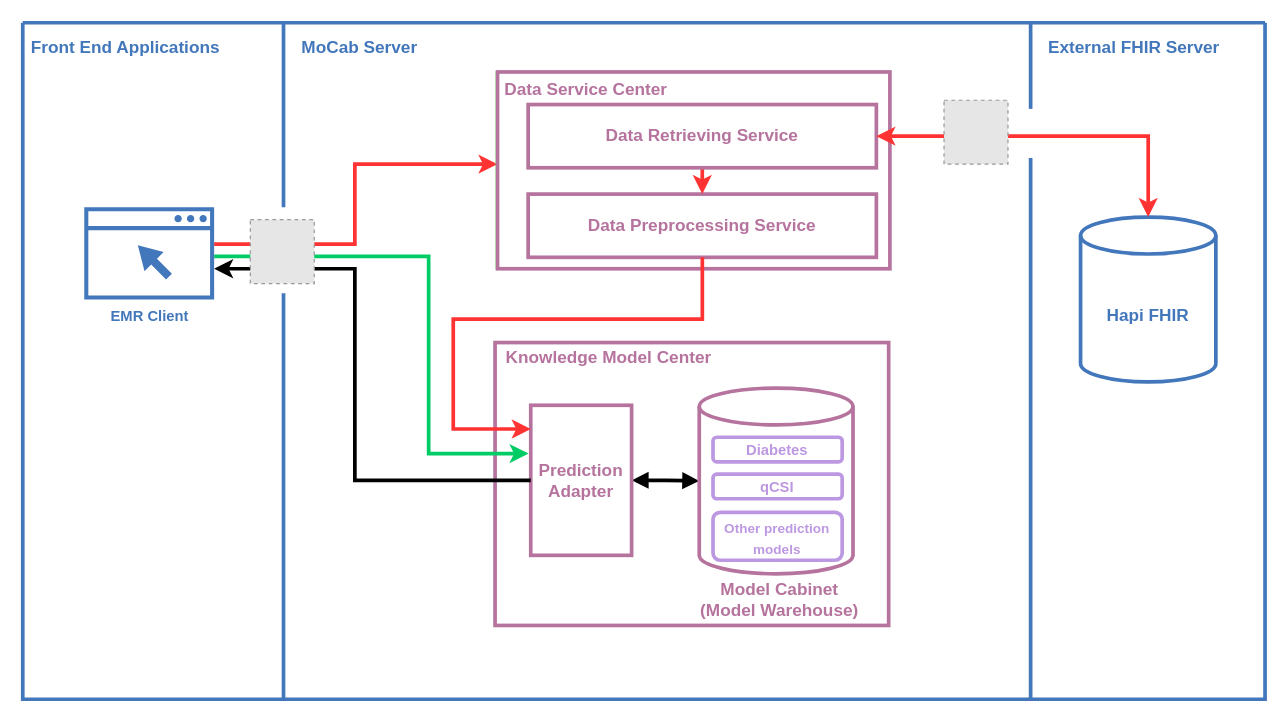
Above: Document/Mocab Architecture_simplify_structure_1.drawio in billkuojhgf/Model-on-fhir (draw.io), before the change. Source tidied: cells renumbered, new cells numbered last; positions are measured from the earlier drawing's top-left corner, leaving out a move shared by most shapes. Both pictures are drawn from the tidied source at 123%, with x=0, y=0 at pixel (22, 22). Pictures stored in the file or linked from it are replaced by grey dashed boxes.
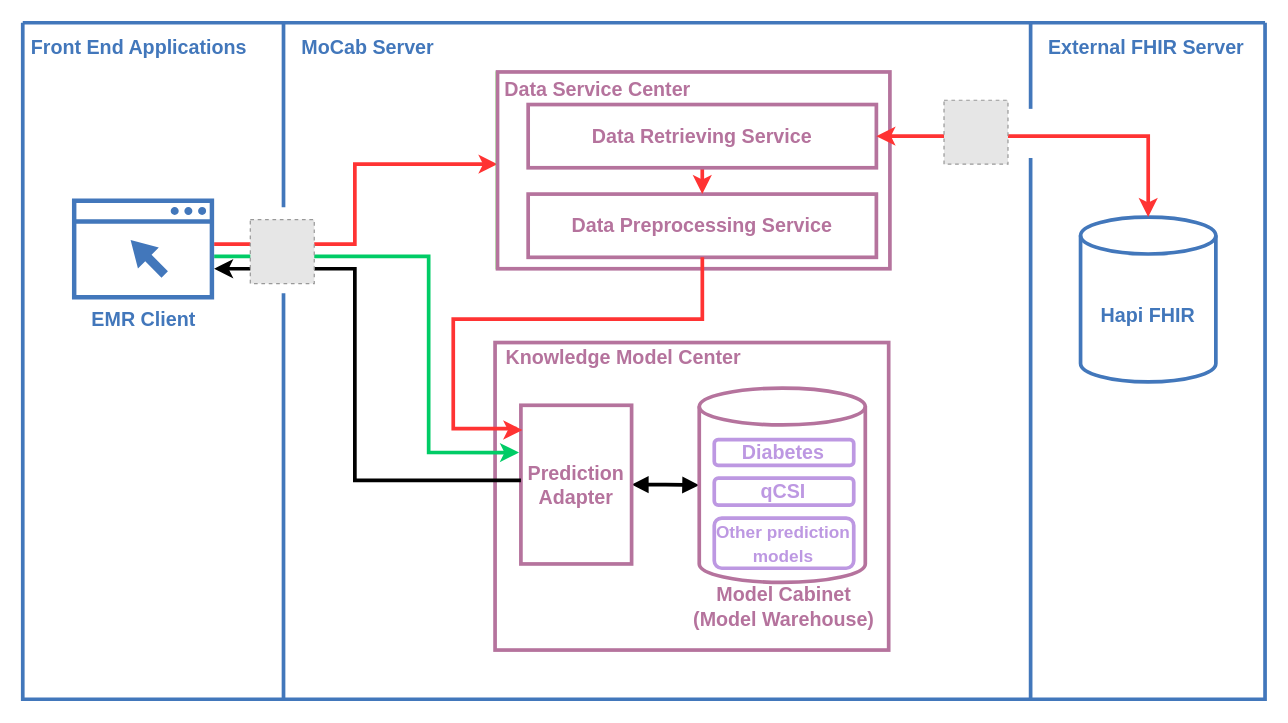
Above is the later version.

Commit message:
Font size zoom to 16

Diff of the diagram source:
```diff
@@
-    <mxCell id="2" style="swimlane;shadow=0;strokeColor=#4277BB;fillColor=#ffffff;fontColor=none;align=right;startSize=0;noLabel=1;strokeWidth=3;" parent="1" vertex="1">
+    <mxCell id="2" style="swimlane;shadow=0;strokeColor=#4277BB;fillColor=#ffffff;fontColor=none;align=right;startSize=0;noLabel=1;strokeWidth=3;fontSize=16;" parent="1" vertex="1">
       <mxGeometry width="1010" height="550" as="geometry" />
     </mxCell>
-    <mxCell id="3" style="rounded=0;whiteSpace=wrap;html=1;fontColor=#FF9933;strokeColor=#B5739D;strokeWidth=3;fillColor=none;" parent="2" vertex="1">
-      <mxGeometry x="384" y="260" width="320" height="230" as="geometry" />
+    <mxCell id="3" style="rounded=0;whiteSpace=wrap;html=1;fontColor=#FF9933;strokeColor=#B5739D;strokeWidth=3;fillColor=none;fontSize=16;" parent="2" vertex="1">
+      <mxGeometry x="384" y="260" width="320" height="250" as="geometry" />
     </mxCell>
-    <mxCell id="4" value="Front End Applications" style="text;html=1;align=left;verticalAlign=middle;fontColor=#4277BB;shadow=0;dashed=0;strokeColor=none;fillColor=none;labelBackgroundColor=none;fontStyle=1;fontSize=14;spacingLeft=5;" parent="2" vertex="1">
+    <mxCell id="4" value="&lt;font style=&quot;font-size: 16px;&quot;&gt;Front End Applications&lt;/font&gt;" style="text;html=1;align=left;verticalAlign=middle;fontColor=#4277BB;shadow=0;dashed=0;strokeColor=none;fillColor=none;labelBackgroundColor=none;fontStyle=1;fontSize=16;spacingLeft=5;" parent="2" vertex="1">
       <mxGeometry y="10" width="180" height="20" as="geometry" />
     </mxCell>
-    <mxCell id="5" style="line;strokeWidth=3;direction=south;html=1;shadow=0;labelBackgroundColor=none;fillColor=none;gradientColor=none;fontSize=12;fontColor=#4277BB;align=right;strokeColor=#4277BB;" parent="2" vertex="1">
+    <mxCell id="5" style="line;strokeWidth=3;direction=south;html=1;shadow=0;labelBackgroundColor=none;fillColor=none;gradientColor=none;fontSize=16;fontColor=#4277BB;align=right;strokeColor=#4277BB;" parent="2" vertex="1">
       <mxGeometry x="207" width="10" height="150" as="geometry" />
     </mxCell>
-    <mxCell id="6" style="line;strokeWidth=3;direction=south;html=1;shadow=0;labelBackgroundColor=none;fillColor=none;gradientColor=none;fontSize=12;fontColor=#4277BB;align=right;strokeColor=#4277BB;" parent="2" vertex="1">
+    <mxCell id="6" style="line;strokeWidth=3;direction=south;html=1;shadow=0;labelBackgroundColor=none;fillColor=none;gradientColor=none;fontSize=16;fontColor=#4277BB;align=right;strokeColor=#4277BB;" parent="2" vertex="1">
       <mxGeometry x="814.4" width="10" height="70" as="geometry" />
     </mxCell>
-    <mxCell id="7" value="MoCab Server" style="text;html=1;align=left;verticalAlign=middle;fontColor=#4277BB;shadow=0;dashed=0;strokeColor=none;fillColor=none;labelBackgroundColor=none;fontStyle=1;fontSize=14;spacingLeft=5;" parent="2" vertex="1">
+    <mxCell id="7" value="&lt;font style=&quot;font-size: 16px;&quot;&gt;MoCab Server&lt;/font&gt;" style="text;html=1;align=left;verticalAlign=middle;fontColor=#4277BB;shadow=0;dashed=0;strokeColor=none;fillColor=none;labelBackgroundColor=none;fontStyle=1;fontSize=16;spacingLeft=5;" parent="2" vertex="1">
       <mxGeometry x="220" y="10" width="150" height="20" as="geometry" />
     </mxCell>
-    <mxCell id="8" value="External FHIR Server" style="text;html=1;align=left;verticalAlign=middle;fontColor=#4277BB;shadow=0;dashed=0;strokeColor=none;fillColor=none;labelBackgroundColor=none;fontStyle=1;fontSize=14;spacingLeft=5;" parent="2" vertex="1">
+    <mxCell id="8" value="&lt;font style=&quot;font-size: 16px;&quot;&gt;External FHIR Server&lt;/font&gt;" style="text;html=1;align=left;verticalAlign=middle;fontColor=#4277BB;shadow=0;dashed=0;strokeColor=none;fillColor=none;labelBackgroundColor=none;fontStyle=1;fontSize=16;spacingLeft=5;" parent="2" vertex="1">
       <mxGeometry x="827.4" y="10" width="150" height="20" as="geometry" />
     </mxCell>
-    <mxCell id="9" style="edgeStyle=orthogonalEdgeStyle;rounded=0;jettySize=auto;html=1;strokeWidth=3;strokeColor=#FF3333;" parent="2" edge="1" source="11" target="24">
+    <mxCell id="9" style="edgeStyle=orthogonalEdgeStyle;rounded=0;jettySize=auto;html=1;strokeWidth=3;strokeColor=#FF3333;fontSize=16;" parent="2" edge="1" source="11" target="24">
       <mxGeometry relative="1" as="geometry">
         <Array as="points">
           <mxPoint x="270" y="180" />
           <mxPoint x="270" y="115" />
         </Array>
       </mxGeometry>
     </mxCell>
-    <mxCell id="10" style="edgeStyle=orthogonalEdgeStyle;rounded=0;jettySize=auto;html=1;strokeColor=#00CC66;strokeWidth=3;entryX=-0.021;entryY=0.322;entryDx=0;entryDy=0;entryPerimeter=0;" parent="2" edge="1" source="11" target="21">
+    <mxCell id="10" style="edgeStyle=orthogonalEdgeStyle;rounded=0;jettySize=auto;html=1;strokeColor=#00CC66;strokeWidth=3;fontSize=16;entryX=-0.017;entryY=0.298;entryDx=0;entryDy=0;entryPerimeter=0;" parent="2" edge="1" source="11" target="21">
       <mxGeometry relative="1" as="geometry">
         <Array as="points">
           <mxPoint x="330" y="190" />
-          <mxPoint x="330" y="350" />
+          <mxPoint x="330" y="349" />
         </Array>
       </mxGeometry>
     </mxCell>
-    <mxCell id="11" value="&lt;b&gt;&lt;font color=&quot;#4277bb&quot;&gt;EMR Client&lt;/font&gt;&lt;/b&gt;" style="sketch=0;shadow=0;dashed=0;html=1;strokeColor=none;fillColor=#4277bb;labelPosition=center;verticalLabelPosition=bottom;verticalAlign=top;align=center;outlineConnect=0;shape=mxgraph.vvd.web_browser;" parent="2" vertex="1">
-      <mxGeometry x="50" y="150" width="105.6" height="75" as="geometry" />
+    <mxCell id="11" value="&lt;b style=&quot;font-size: 16px;&quot;&gt;&lt;font style=&quot;font-size: 16px;&quot; color=&quot;#4277bb&quot;&gt;EMR Client&lt;/font&gt;&lt;/b&gt;" style="sketch=0;shadow=0;dashed=0;html=1;strokeColor=none;fillColor=#4277bb;labelPosition=center;verticalLabelPosition=bottom;verticalAlign=top;align=center;outlineConnect=0;shape=mxgraph.vvd.web_browser;fontSize=16;" parent="2" vertex="1">
+      <mxGeometry x="40" y="142.9" width="115.6" height="82.1" as="geometry" />
     </mxCell>
-    <mxCell id="12" value="&lt;b&gt;&lt;font color=&quot;#4277bb&quot; style=&quot;font-size: 14px;&quot;&gt;Hapi FHIR&lt;/font&gt;&lt;/b&gt;" style="shape=cylinder3;whiteSpace=wrap;html=1;boundedLbl=1;backgroundOutline=1;size=15;fontColor=#FF9933;strokeColor=#4277BB;strokeWidth=3;fillColor=none;" parent="2" vertex="1">
+    <mxCell id="12" value="&lt;b style=&quot;font-size: 16px;&quot;&gt;&lt;font color=&quot;#4277bb&quot; style=&quot;font-size: 16px;&quot;&gt;Hapi FHIR&lt;/font&gt;&lt;/b&gt;" style="shape=cylinder3;whiteSpace=wrap;html=1;boundedLbl=1;backgroundOutline=1;size=15;fontColor=#FF9933;strokeColor=#4277BB;strokeWidth=3;fillColor=none;fontSize=16;" parent="2" vertex="1">
       <mxGeometry x="860" y="158" width="110" height="134" as="geometry" />
     </mxCell>
-    <mxCell id="13" style="group;" parent="2" vertex="1">
+    <mxCell id="13" style="group;fontSize=16;" parent="2" vertex="1">
       <mxGeometry x="385" y="300" width="320" height="190" as="geometry" />
     </mxCell>
-    <mxCell id="14" style="edgeStyle=orthogonalEdgeStyle;rounded=0;jettySize=auto;html=1;entryX=0;entryY=0.5;entryDx=0;entryDy=0;entryPerimeter=0;fontSize=13;fontColor=#000000;startArrow=block;startFill=1;strokeWidth=3;endArrow=block;endFill=1;" parent="13" edge="1" source="21" target="17">
+    <mxCell id="14" style="edgeStyle=orthogonalEdgeStyle;rounded=0;jettySize=auto;html=1;entryX=0;entryY=0.5;entryDx=0;entryDy=0;entryPerimeter=0;fontSize=16;fontColor=#000000;startArrow=block;startFill=1;strokeWidth=3;endArrow=block;endFill=1;" parent="13" edge="1" source="21" target="17">
       <mxGeometry relative="1" as="geometry" />
     </mxCell>
-    <mxCell id="15" value="&lt;b&gt;&lt;font style=&quot;font-size: 14px;&quot;&gt;&lt;font color=&quot;#b5739d&quot;&gt;Model Cabinet&lt;br&gt;(Model Warehouse)&lt;/font&gt;&lt;br&gt;&lt;/font&gt;&lt;/b&gt;" style="text;html=1;strokeColor=none;fillColor=none;align=center;verticalAlign=middle;whiteSpace=wrap;rounded=0;fontSize=11;fontColor=#FF6666;" parent="13" vertex="1">
-      <mxGeometry x="158" y="154" width="145" height="30" as="geometry" />
+    <mxCell id="15" value="&lt;b style=&quot;font-size: 16px;&quot;&gt;&lt;font style=&quot;font-size: 16px;&quot;&gt;&lt;font color=&quot;#b5739d&quot; style=&quot;font-size: 16px;&quot;&gt;Model Cabinet&lt;br style=&quot;font-size: 16px;&quot;&gt;(Model Warehouse)&lt;/font&gt;&lt;br style=&quot;font-size: 16px;&quot;&gt;&lt;/font&gt;&lt;/b&gt;" style="text;html=1;strokeColor=none;fillColor=none;align=center;verticalAlign=middle;whiteSpace=wrap;rounded=0;fontSize=16;fontColor=#FF6666;" parent="13" vertex="1">
+      <mxGeometry x="158" y="160" width="152" height="30" as="geometry" />
     </mxCell>
-    <mxCell id="16" style="group;" parent="13" vertex="1">
-      <mxGeometry x="165" y="-3" width="125" height="151" as="geometry" />
+    <mxCell id="16" style="group;fontSize=16;" parent="13" vertex="1">
+      <mxGeometry x="165" y="-3" width="135" height="158" as="geometry" />
     </mxCell>
-    <mxCell id="17" style="shape=cylinder3;whiteSpace=wrap;html=1;boundedLbl=1;backgroundOutline=1;size=15;fontColor=#FF9933;strokeColor=#B5739D;strokeWidth=3;fillColor=none;" parent="16" vertex="1">
-      <mxGeometry width="125" height="151" as="geometry" />
+    <mxCell id="17" style="shape=cylinder3;whiteSpace=wrap;html=1;boundedLbl=1;backgroundOutline=1;size=15;fontColor=#FF9933;strokeColor=#B5739D;strokeWidth=3;fillColor=none;fontSize=16;" parent="16" vertex="1">
+      <mxGeometry width="135" height="158" as="geometry" />
     </mxCell>
-    <mxCell id="18" value="&lt;b&gt;&lt;font color=&quot;#bd98e2&quot; style=&quot;font-size: 12px;&quot;&gt;Diabetes&lt;/font&gt;&lt;/b&gt;" style="rounded=1;whiteSpace=wrap;html=1;fontSize=14;fontColor=#FF9933;strokeColor=#BD98E2;strokeWidth=3;fillColor=none;" parent="16" vertex="1">
-      <mxGeometry x="11.2" y="40" width="105" height="20" as="geometry" />
+    <mxCell id="18" value="&lt;b style=&quot;font-size: 16px;&quot;&gt;&lt;font color=&quot;#bd98e2&quot; style=&quot;font-size: 16px;&quot;&gt;Diabetes&lt;/font&gt;&lt;/b&gt;" style="rounded=1;whiteSpace=wrap;html=1;fontSize=16;fontColor=#FF9933;strokeColor=#BD98E2;strokeWidth=3;fillColor=none;" parent="16" vertex="1">
+      <mxGeometry x="12.2" y="41.9" width="113.4" height="21" as="geometry" />
     </mxCell>
-    <mxCell id="19" value="&lt;b&gt;&lt;font color=&quot;#bd98e2&quot; style=&quot;font-size: 12px;&quot;&gt;qCSI&lt;/font&gt;&lt;/b&gt;" style="rounded=1;whiteSpace=wrap;html=1;fontSize=14;fontColor=#FF9933;strokeColor=#BD98E2;strokeWidth=3;fillColor=none;" parent="16" vertex="1">
-      <mxGeometry x="11.2" y="70" width="105" height="20" as="geometry" />
+    <mxCell id="19" value="&lt;b style=&quot;font-size: 16px;&quot;&gt;&lt;font color=&quot;#bd98e2&quot; style=&quot;font-size: 16px;&quot;&gt;qCSI&lt;/font&gt;&lt;/b&gt;" style="rounded=1;whiteSpace=wrap;html=1;fontSize=16;fontColor=#FF9933;strokeColor=#BD98E2;strokeWidth=3;fillColor=none;" parent="16" vertex="1">
+      <mxGeometry x="12.2" y="73.2" width="113.4" height="22" as="geometry" />
     </mxCell>
-    <mxCell id="20" value="&lt;font color=&quot;#bd98e2&quot; style=&quot;font-size: 11px;&quot;&gt;&lt;b&gt;Other prediction&lt;br&gt;models&lt;/b&gt;&lt;/font&gt;" style="rounded=1;whiteSpace=wrap;html=1;fontSize=14;fontColor=#FF9933;strokeColor=#BD98E2;strokeWidth=3;fillColor=none;" parent="16" vertex="1">
-      <mxGeometry x="11.2" y="101" width="105" height="39" as="geometry" />
+    <mxCell id="20" value="&lt;font color=&quot;#bd98e2&quot; style=&quot;font-size: 14px;&quot;&gt;&lt;b style=&quot;&quot;&gt;Other prediction&lt;br style=&quot;&quot;&gt;models&lt;/b&gt;&lt;/font&gt;" style="rounded=1;whiteSpace=wrap;html=1;fontSize=16;fontColor=#FF9933;strokeColor=#BD98E2;strokeWidth=3;fillColor=none;" parent="16" vertex="1">
+      <mxGeometry x="12.2" y="105.7" width="113.4" height="40.8" as="geometry" />
     </mxCell>
-    <mxCell id="21" value="&lt;b&gt;&lt;font color=&quot;#b5739d&quot;&gt;Prediction Adapter&lt;/font&gt;&lt;/b&gt;" style="rounded=0;whiteSpace=wrap;html=1;fontSize=14;fontColor=#FF9933;strokeColor=#B5739D;strokeWidth=3;fillColor=none;" parent="13" vertex="1">
-      <mxGeometry x="28" y="11" width="82" height="122" as="geometry" />
+    <mxCell id="21" value="&lt;b style=&quot;font-size: 16px;&quot;&gt;&lt;font color=&quot;#b5739d&quot; style=&quot;font-size: 16px;&quot;&gt;Prediction Adapter&lt;/font&gt;&lt;/b&gt;" style="rounded=0;whiteSpace=wrap;html=1;fontSize=16;fontColor=#FF9933;strokeColor=#B5739D;strokeWidth=3;fillColor=none;" parent="13" vertex="1">
+      <mxGeometry x="20" y="11" width="90" height="129" as="geometry" />
     </mxCell>
-    <mxCell id="22" value="&lt;font color=&quot;#b5739d&quot;&gt;Knowledge Model Center&lt;/font&gt;" style="text;html=1;align=left;verticalAlign=middle;fontColor=#4277BB;shadow=0;dashed=0;strokeColor=none;fillColor=none;labelBackgroundColor=none;fontStyle=1;fontSize=14;spacingLeft=5;" parent="2" vertex="1">
+    <mxCell id="22" value="&lt;font color=&quot;#b5739d&quot; style=&quot;font-size: 16px;&quot;&gt;Knowledge Model Center&lt;/font&gt;" style="text;html=1;align=left;verticalAlign=middle;fontColor=#4277BB;shadow=0;dashed=0;strokeColor=none;fillColor=none;labelBackgroundColor=none;fontStyle=1;fontSize=16;spacingLeft=5;" parent="2" vertex="1">
       <mxGeometry x="386" y="262" width="185" height="20" as="geometry" />
     </mxCell>
-    <mxCell id="23" style="group;strokeColor=#24FF14;fillColor=none;strokeWidth=1;" parent="2" vertex="1">
+    <mxCell id="23" style="group;strokeColor=#24FF14;fillColor=none;strokeWidth=1;fontSize=16;" parent="2" vertex="1">
       <mxGeometry x="385" y="40" width="320" height="160" as="geometry" />
     </mxCell>
-    <mxCell id="24" style="rounded=0;whiteSpace=wrap;html=1;fontColor=#FF9933;strokeColor=#B5739D;strokeWidth=3;fillColor=none;" parent="23" vertex="1">
+    <mxCell id="24" style="rounded=0;whiteSpace=wrap;html=1;fontColor=#FF9933;strokeColor=#B5739D;strokeWidth=3;fillColor=none;fontSize=16;" parent="23" vertex="1">
       <mxGeometry x="1" width="319" height="160" as="geometry" />
     </mxCell>
-    <mxCell id="25" value="&lt;font color=&quot;#b5739d&quot;&gt;Data Service Center&lt;/font&gt;" style="text;html=1;align=left;verticalAlign=middle;fontColor=#4277BB;shadow=0;dashed=0;strokeColor=none;fillColor=none;labelBackgroundColor=none;fontStyle=1;fontSize=14;spacingLeft=5;" parent="23" vertex="1">
+    <mxCell id="25" value="&lt;font style=&quot;font-size: 16px;&quot; color=&quot;#b5739d&quot;&gt;Data Service Center&lt;/font&gt;" style="text;html=1;align=left;verticalAlign=middle;fontColor=#4277BB;shadow=0;dashed=0;strokeColor=none;fillColor=none;labelBackgroundColor=none;fontStyle=1;fontSize=16;spacingLeft=5;" parent="23" vertex="1">
       <mxGeometry y="2.3" width="119.6" height="22.9" as="geometry" />
     </mxCell>
-    <mxCell id="26" value="&lt;b&gt;&lt;font color=&quot;#b5739d&quot;&gt;Data Preprocessing Service&lt;/font&gt;&lt;/b&gt;" style="rounded=0;whiteSpace=wrap;html=1;fontSize=14;fontColor=#FF9933;strokeColor=#B5739D;strokeWidth=3;fillColor=none;" parent="23" vertex="1">
+    <mxCell id="26" value="&lt;b style=&quot;font-size: 16px;&quot;&gt;&lt;font color=&quot;#b5739d&quot; style=&quot;font-size: 16px;&quot;&gt;Data Preprocessing Service&lt;/font&gt;&lt;/b&gt;" style="rounded=0;whiteSpace=wrap;html=1;fontSize=16;fontColor=#FF9933;strokeColor=#B5739D;strokeWidth=3;fillColor=none;" parent="23" vertex="1">
       <mxGeometry x="25.9" y="99.3" width="283.1" height="51.4" as="geometry" />
     </mxCell>
-    <mxCell id="27" style="edgeStyle=orthogonalEdgeStyle;rounded=0;jettySize=auto;html=1;exitX=0.5;exitY=1;exitDx=0;exitDy=0;entryX=0.5;entryY=0;entryDx=0;entryDy=0;fontSize=13;fontColor=#000000;startArrow=none;startFill=0;strokeWidth=3;strokeColor=#FF3333;" parent="23" edge="1" source="28" target="26">
+    <mxCell id="27" style="edgeStyle=orthogonalEdgeStyle;rounded=0;jettySize=auto;html=1;exitX=0.5;exitY=1;exitDx=0;exitDy=0;entryX=0.5;entryY=0;entryDx=0;entryDy=0;fontSize=16;fontColor=#000000;startArrow=none;startFill=0;strokeWidth=3;strokeColor=#FF3333;" parent="23" edge="1" source="28" target="26">
       <mxGeometry relative="1" as="geometry" />
     </mxCell>
-    <mxCell id="28" value="&lt;b&gt;&lt;font color=&quot;#b5739d&quot;&gt;Data Retrieving Service&lt;/font&gt;&lt;/b&gt;" style="rounded=0;whiteSpace=wrap;html=1;fontSize=14;fontColor=#FF9933;strokeColor=#B5739D;strokeWidth=3;fillColor=none;" parent="23" vertex="1">
+    <mxCell id="28" value="&lt;b style=&quot;font-size: 16px;&quot;&gt;&lt;font style=&quot;font-size: 16px;&quot; color=&quot;#b5739d&quot;&gt;Data Retrieving Service&lt;/font&gt;&lt;/b&gt;" style="rounded=0;whiteSpace=wrap;html=1;fontSize=16;fontColor=#FF9933;strokeColor=#B5739D;strokeWidth=3;fillColor=none;" parent="23" vertex="1">
       <mxGeometry x="25.9" y="26.5" width="283.1" height="51.4" as="geometry" />
     </mxCell>
-    <mxCell id="29" style="line;strokeWidth=3;direction=south;html=1;shadow=0;labelBackgroundColor=none;fillColor=none;gradientColor=none;fontSize=12;fontColor=#4277BB;align=right;strokeColor=#4277BB;" parent="2" vertex="1">
+    <mxCell id="29" style="line;strokeWidth=3;direction=south;html=1;shadow=0;labelBackgroundColor=none;fillColor=none;gradientColor=none;fontSize=16;fontColor=#4277BB;align=right;strokeColor=#4277BB;" parent="2" vertex="1">
       <mxGeometry x="814.4" y="110" width="10" height="440" as="geometry" />
     </mxCell>
-    <mxCell id="30" style="edgeStyle=orthogonalEdgeStyle;rounded=0;jettySize=auto;html=1;exitX=1;exitY=0.5;exitDx=0;exitDy=0;fontColor=#FF9933;startArrow=classic;startFill=1;strokeWidth=3;strokeColor=#FF3333;" parent="2" edge="1" source="28" target="12">
+    <mxCell id="30" style="edgeStyle=orthogonalEdgeStyle;rounded=0;jettySize=auto;html=1;exitX=1;exitY=0.5;exitDx=0;exitDy=0;fontColor=#FF9933;startArrow=classic;startFill=1;strokeWidth=3;strokeColor=#FF3333;fontSize=16;" parent="2" edge="1" source="28" target="12">
       <mxGeometry relative="1" as="geometry" />
     </mxCell>
-    <mxCell id="31" style="edgeStyle=orthogonalEdgeStyle;rounded=0;jettySize=auto;html=1;strokeWidth=3;" parent="2" edge="1" source="21" target="11">
+    <mxCell id="31" style="edgeStyle=orthogonalEdgeStyle;rounded=0;jettySize=auto;html=1;strokeWidth=3;fontSize=16;" parent="2" edge="1" source="21" target="11">
       <mxGeometry relative="1" as="geometry">
         <Array as="points">
           <mxPoint x="270" y="372" />
           <mxPoint x="270" y="200" />
         </Array>
       </mxGeometry>
     </mxCell>
-    <mxCell id="32" style="line;strokeWidth=3;direction=south;html=1;shadow=0;labelBackgroundColor=none;fillColor=none;gradientColor=none;fontSize=12;fontColor=#4277BB;align=right;strokeColor=#4277BB;" parent="2" vertex="1">
+    <mxCell id="32" style="line;strokeWidth=3;direction=south;html=1;shadow=0;labelBackgroundColor=none;fillColor=none;gradientColor=none;fontSize=16;fontColor=#4277BB;align=right;strokeColor=#4277BB;" parent="2" vertex="1">
       <mxGeometry x="207" y="220" width="10" height="330" as="geometry" />
     </mxCell>
-    <mxCell id="33" style="edgeStyle=orthogonalEdgeStyle;rounded=0;jettySize=auto;html=1;fontSize=13;fontColor=#000000;startArrow=none;startFill=0;strokeWidth=3;strokeColor=#FF3333;entryX=0;entryY=0.158;entryDx=0;entryDy=0;entryPerimeter=0;" parent="2" edge="1" source="26" target="21">
+    <mxCell id="33" style="edgeStyle=orthogonalEdgeStyle;rounded=0;jettySize=auto;html=1;fontSize=16;fontColor=#000000;startArrow=none;startFill=0;strokeWidth=3;strokeColor=#FF3333;entryX=0.013;entryY=0.156;entryDx=0;entryDy=0;entryPerimeter=0;" parent="2" edge="1" source="26" target="21">
       <mxGeometry relative="1" as="geometry">
         <Array as="points">
           <mxPoint x="552" y="241" />
           <mxPoint x="350" y="241" />
           <mxPoint x="350" y="330" />
+          <mxPoint x="400" y="330" />
+          <mxPoint x="400" y="331" />
         </Array>
       </mxGeometry>
     </mxCell>
-    <mxCell id="34" style="fillColor=#E6E6E6;strokeColor=#999999;dashed=1;verticalLabelPosition=bottom;labelBackgroundColor=default;verticalAlign=top;" parent="2" vertex="1">
+    <mxCell id="34" style="fillColor=#E6E6E6;strokeColor=#999999;dashed=1;verticalLabelPosition=bottom;labelBackgroundColor=default;verticalAlign=top;fontSize=16;" parent="2" vertex="1">
       <mxGeometry x="749" y="63" width="52" height="52" as="geometry" />
     </mxCell>
-    <mxCell id="35" style="fillColor=#E6E6E6;strokeColor=#999999;dashed=1;verticalLabelPosition=bottom;labelBackgroundColor=default;verticalAlign=top;" parent="2" vertex="1">
+    <mxCell id="35" style="fillColor=#E6E6E6;strokeColor=#999999;dashed=1;verticalLabelPosition=bottom;labelBackgroundColor=default;verticalAlign=top;fontSize=16;" parent="2" vertex="1">
       <mxGeometry x="185" y="160" width="52" height="52" as="geometry" />
     </mxCell>
```
